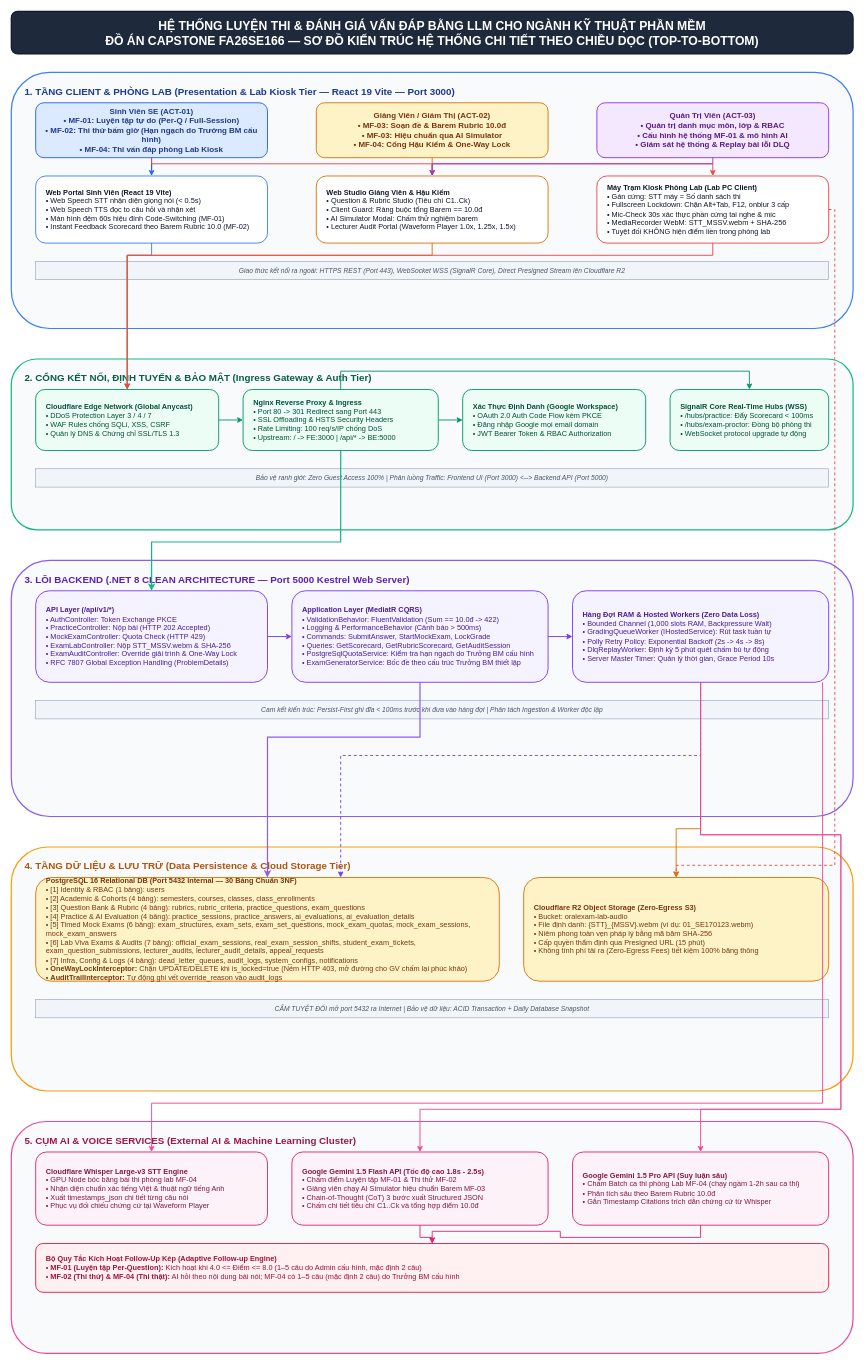
Before: docs/05_diagrams/KIEN_TRUC_HE_THONG.drawio in An-LLM-based-Oral-Examination/oral-exam-system, a draw.io diagram. Source tidied: cells renumbered, new cells numbered last; positions are measured from the earlier drawing's top-left corner, leaving out a move shared by most shapes. Both pictures are drawn from the tidied source at 61%, with x=0, y=0 at pixel (11, 11).
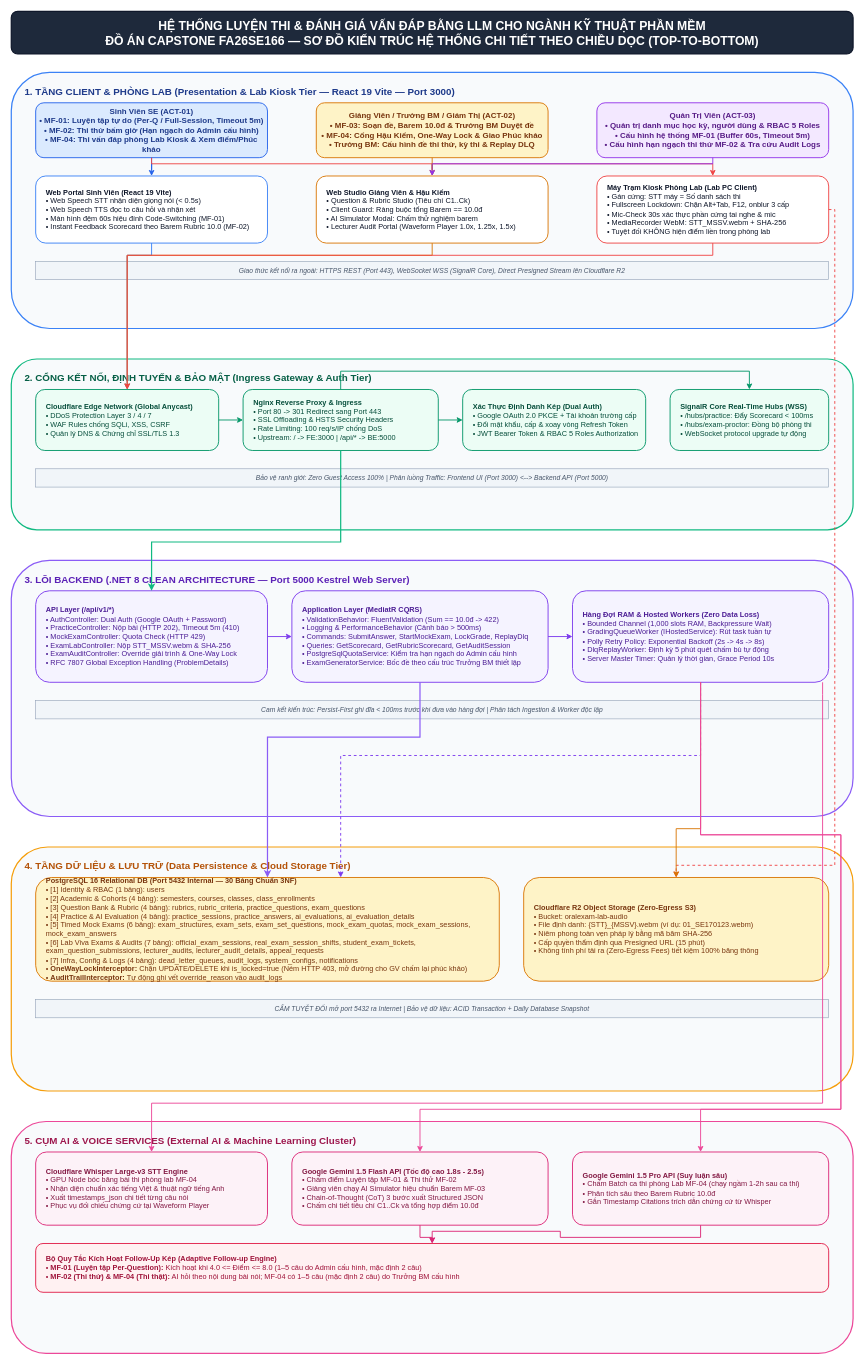
The same page after the edit.

Change to the diagram source:
```diff
@@
-    <mxCell id="4" value="Sinh Viên SE (ACT-01)&#10;• MF-01: Luyện tập tự do (Per-Q / Full-Session)&#10;• MF-02: Thi thử bấm giờ (Hạn ngạch do Trưởng BM cấu hình)&#10;• MF-04: Thi vấn đáp phòng Lab Kiosk" style="rounded=1;whiteSpace=wrap;html=1;fillColor=#dbeafe;strokeColor=#2563eb;strokeWidth=1.5;fontColor=#1e3a8a;fontFamily=Helvetica;fontSize=13;fontStyle=1;align=center;verticalAlign=middle;" parent="1" vertex="1">
+    <mxCell id="4" value="Sinh Viên SE (ACT-01)&#10;• MF-01: Luyện tập tự do (Per-Q / Full-Session, Timeout 5m)&#10;• MF-02: Thi thử bấm giờ (Hạn ngạch do Admin cấu hình)&#10;• MF-04: Thi vấn đáp phòng Lab Kiosk &amp; Xem điểm/Phúc khảo" style="rounded=1;whiteSpace=wrap;html=1;fillColor=#dbeafe;strokeColor=#2563eb;strokeWidth=1.5;fontColor=#1e3a8a;fontFamily=Helvetica;fontSize=13;fontStyle=1;align=center;verticalAlign=middle;" parent="1" vertex="1">
       <mxGeometry x="40" y="150" width="380" height="90" as="geometry" />
     </mxCell>
-    <mxCell id="5" value="Giảng Viên / Giám Thị (ACT-02)&#10;• MF-03: Soạn đề &amp; Barem Rubric 10.0đ&#10;• MF-03: Hiệu chuẩn qua AI Simulator&#10;• MF-04: Cổng Hậu Kiểm &amp; One-Way Lock" style="rounded=1;whiteSpace=wrap;html=1;fillColor=#fef3c7;strokeColor=#d97706;strokeWidth=1.5;fontColor=#78350f;fontFamily=Helvetica;fontSize=13;fontStyle=1;align=center;verticalAlign=middle;" parent="1" vertex="1">
+    <mxCell id="5" value="Giảng Viên / Trưởng BM / Giám Thị (ACT-02)&#10;• MF-03: Soạn đề, Barem 10.0đ &amp; Trưởng BM Duyệt đề&#10;• MF-04: Cổng Hậu Kiểm, One-Way Lock &amp; Giao Phúc khảo&#10;• Trưởng BM: Cấu hình đề thi thử, kỳ thi &amp; Replay DLQ" style="rounded=1;whiteSpace=wrap;html=1;fillColor=#fef3c7;strokeColor=#d97706;strokeWidth=1.5;fontColor=#78350f;fontFamily=Helvetica;fontSize=13;fontStyle=1;align=center;verticalAlign=middle;" parent="1" vertex="1">
       <mxGeometry x="500" y="150" width="380" height="90" as="geometry" />
     </mxCell>
-    <mxCell id="6" value="Quản Trị Viên (ACT-03)&#10;• Quản trị danh mục môn, lớp &amp; RBAC&#10;• Cấu hình hệ thống MF-01 &amp; mô hình AI&#10;• Giám sát hệ thống &amp; Replay bài lỗi DLQ" style="rounded=1;whiteSpace=wrap;html=1;fillColor=#f3e8ff;strokeColor=#9333ea;strokeWidth=1.5;fontColor=#581c87;fontFamily=Helvetica;fontSize=13;fontStyle=1;align=center;verticalAlign=middle;" parent="1" vertex="1">
+    <mxCell id="6" value="Quản Trị Viên (ACT-03)&#10;• Quản trị danh mục học kỳ, người dùng &amp; RBAC 5 Roles&#10;• Cấu hình hệ thống MF-01 (Buffer 60s, Timeout 5m)&#10;• Cấu hình hạn ngạch thi thử MF-02 &amp; Tra cứu Audit Logs" style="rounded=1;whiteSpace=wrap;html=1;fillColor=#f3e8ff;strokeColor=#9333ea;strokeWidth=1.5;fontColor=#581c87;fontFamily=Helvetica;fontSize=13;fontStyle=1;align=center;verticalAlign=middle;" parent="1" vertex="1">
       <mxGeometry x="960" y="150" width="380" height="90" as="geometry" />
     </mxCell>
@@
-    <mxCell id="14" value="&lt;b&gt;Xác Thực Định Danh (Google Workspace)&lt;/b&gt;&#10;• OAuth 2.0 Auth Code Flow kèm PKCE&#10;• Đăng nhập Google mọi email domain&#10;• JWT Bearer Token &amp; RBAC Authorization" style="rounded=1;whiteSpace=wrap;html=1;fillColor=#ecfdf5;strokeColor=#059669;strokeWidth=1.5;fontColor=#064e3b;fontFamily=Helvetica;fontSize=12;align=left;verticalAlign=middle;spacingLeft=15;" parent="1" vertex="1">
+    <mxCell id="14" value="&lt;b&gt;Xác Thực Định Danh Kép (Dual Auth)&lt;/b&gt;&#10;• Google OAuth 2.0 PKCE + Tài khoản trường cấp&#10;• Đổi mật khẩu, cấp &amp; xoay vòng Refresh Token&#10;• JWT Bearer Token &amp; RBAC 5 Roles Authorization" style="rounded=1;whiteSpace=wrap;html=1;fillColor=#ecfdf5;strokeColor=#059669;strokeWidth=1.5;fontColor=#064e3b;fontFamily=Helvetica;fontSize=12;align=left;verticalAlign=middle;spacingLeft=15;" parent="1" vertex="1">
       <mxGeometry x="740" y="620" width="300" height="100" as="geometry" />
     </mxCell>
@@
-    <mxCell id="18" value="&lt;b&gt;API Layer (/api/v1/*)&lt;/b&gt;&#10;• AuthController: Token Exchange PKCE&#10;• PracticeController: Nộp bài (HTTP 202 Accepted)&#10;• MockExamController: Quota Check (HTTP 429)&#10;• ExamLabController: Nộp STT_MSSV.webm &amp; SHA-256&#10;• ExamAuditController: Override giải trình &amp; One-Way Lock&#10;• RFC 7807 Global Exception Handling (ProblemDetails)" style="rounded=1;whiteSpace=wrap;html=1;fillColor=#f5f3ff;strokeColor=#7c3aed;strokeWidth=1.5;fontColor=#4c1d95;fontFamily=Helvetica;fontSize=12;align=left;verticalAlign=middle;spacingLeft=15;" parent="1" vertex="1">
+    <mxCell id="18" value="&lt;b&gt;API Layer (/api/v1/*)&lt;/b&gt;&#10;• AuthController: Dual Auth (Google OAuth + Password)&#10;• PracticeController: Nộp bài (HTTP 202), Timeout 5m (410)&#10;• MockExamController: Quota Check (HTTP 429)&#10;• ExamLabController: Nộp STT_MSSV.webm &amp; SHA-256&#10;• ExamAuditController: Override giải trình &amp; One-Way Lock&#10;• RFC 7807 Global Exception Handling (ProblemDetails)" style="rounded=1;whiteSpace=wrap;html=1;fillColor=#f5f3ff;strokeColor=#7c3aed;strokeWidth=1.5;fontColor=#4c1d95;fontFamily=Helvetica;fontSize=12;align=left;verticalAlign=middle;spacingLeft=15;" parent="1" vertex="1">
       <mxGeometry x="40" y="950" width="380" height="150" as="geometry" />
     </mxCell>
-    <mxCell id="19" value="&lt;b&gt;Application Layer (MediatR CQRS)&lt;/b&gt;&#10;• ValidationBehavior: FluentValidation (Sum == 10.0đ -&gt; 422)&#10;• Logging &amp; PerformanceBehavior (Cảnh báo &gt; 500ms)&#10;• Commands: SubmitAnswer, StartMockExam, LockGrade&#10;• Queries: GetScorecard, GetRubricScorecard, GetAuditSession&#10;• PostgreSqlQuotaService: Kiểm tra hạn ngạch do Trưởng BM cấu hình&#10;• ExamGeneratorService: Bốc đề theo cấu trúc Trưởng BM thiết lập" style="rounded=1;whiteSpace=wrap;html=1;fillColor=#f5f3ff;strokeColor=#7c3aed;strokeWidth=1.5;fontColor=#4c1d95;fontFamily=Helvetica;fontSize=12;align=left;verticalAlign=middle;spacingLeft=15;" parent="1" vertex="1">
+    <mxCell id="19" value="&lt;b&gt;Application Layer (MediatR CQRS)&lt;/b&gt;&#10;• ValidationBehavior: FluentValidation (Sum == 10.0đ -&gt; 422)&#10;• Logging &amp; PerformanceBehavior (Cảnh báo &gt; 500ms)&#10;• Commands: SubmitAnswer, StartMockExam, LockGrade, ReplayDlq&#10;• Queries: GetScorecard, GetRubricScorecard, GetAuditSession&#10;• PostgreSqlQuotaService: Kiểm tra hạn ngạch do Admin cấu hình&#10;• ExamGeneratorService: Bốc đề theo cấu trúc Trưởng BM thiết lập" style="rounded=1;whiteSpace=wrap;html=1;fillColor=#f5f3ff;strokeColor=#7c3aed;strokeWidth=1.5;fontColor=#4c1d95;fontFamily=Helvetica;fontSize=12;align=left;verticalAlign=middle;spacingLeft=15;" parent="1" vertex="1">
       <mxGeometry x="460" y="950" width="420" height="150" as="geometry" />
     </mxCell>
```
